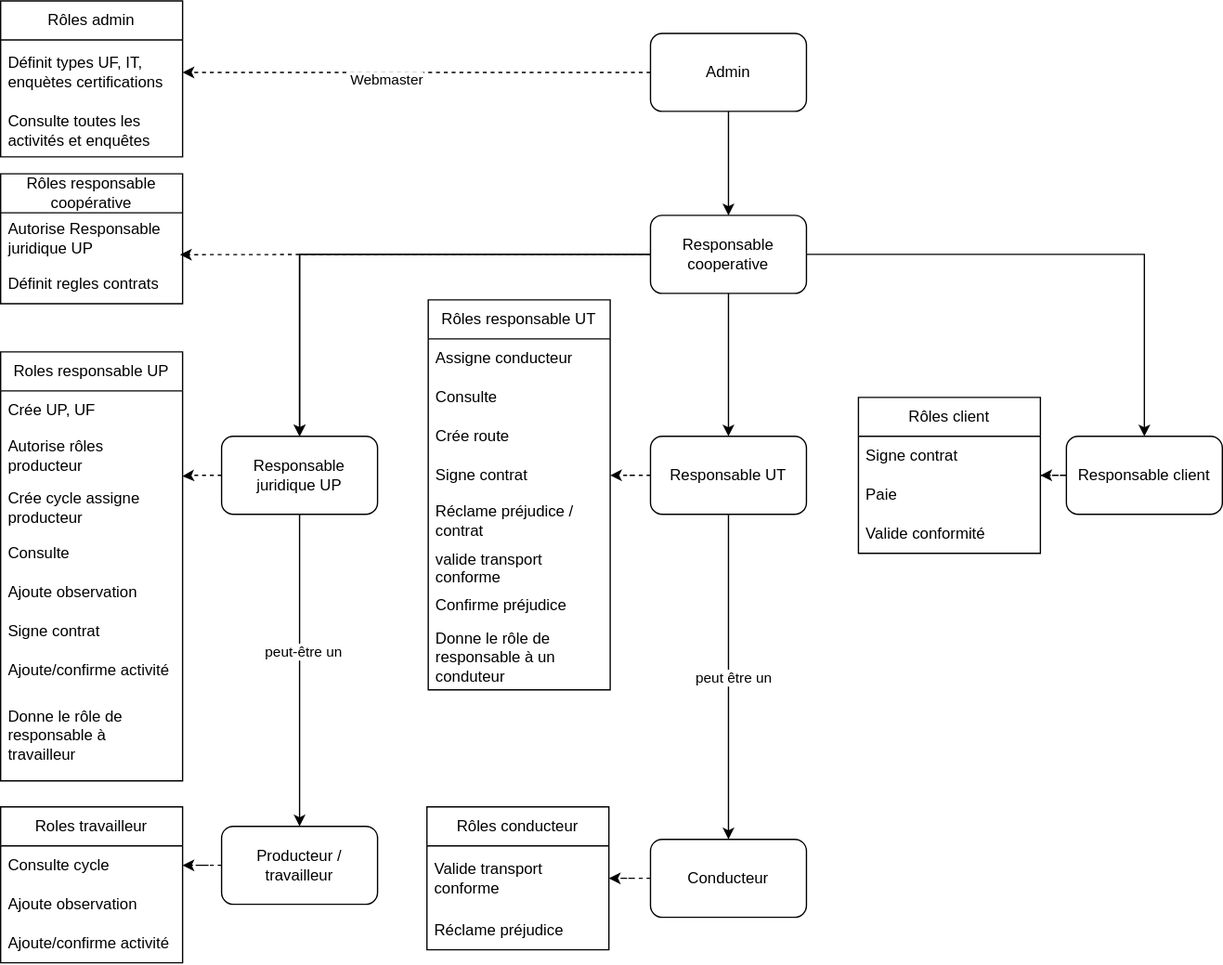
Before: Roles.drawio.svg, a diagram exported from draw.io (agroecomakers/Diagrammes-miCampo). Source tidied: cells renumbered, new cells last; positions are measured from the earlier drawing's top-left corner, leaving out a move shared by most shapes.
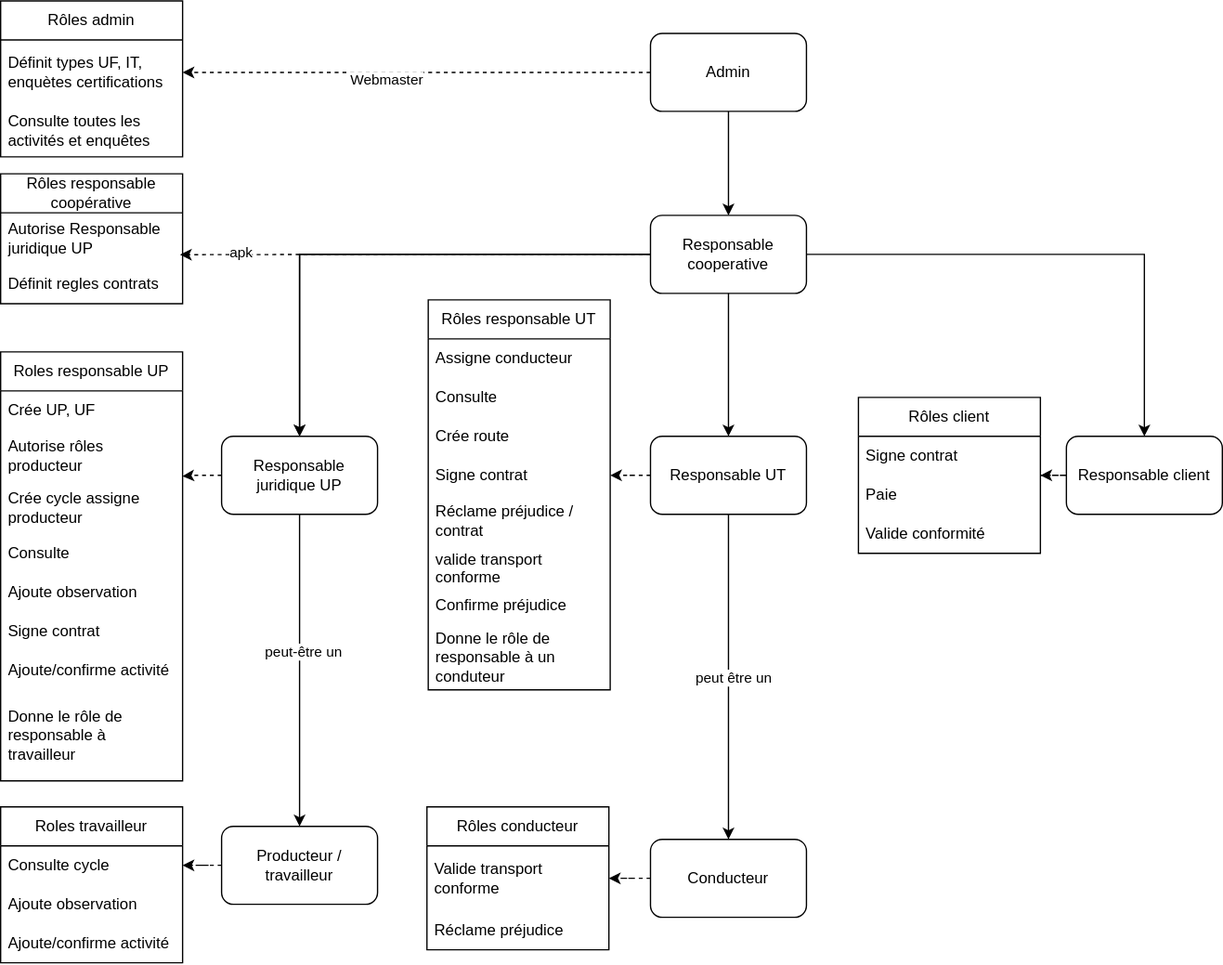
The same file after the commit.

What changed in the source:
```diff
@@ -19,6 +19,11 @@
     <mxCell id="6" style="edgeStyle=orthogonalEdgeStyle;rounded=0;jettySize=auto;html=1;dashed=1;entryX=0.986;entryY=0.806;entryDx=0;entryDy=0;entryPerimeter=0;" parent="1" edge="1" source="8" target="51">
       <mxGeometry relative="1" as="geometry" />
     </mxCell>
+    <mxCell id="61" value="apk" style="edgeLabel;html=1;align=center;verticalAlign=middle;" parent="6" vertex="1">
+      <mxGeometry x="0.74" y="-2" relative="1" as="geometry">
+        <mxPoint x="-1" as="offset" />
+      </mxGeometry>
+    </mxCell>
     <mxCell id="7" style="edgeStyle=orthogonalEdgeStyle;rounded=0;jettySize=auto;html=1;entryX=0.5;entryY=0;entryDx=0;entryDy=0;" parent="1" edge="1" source="8" target="13">
       <mxGeometry relative="1" as="geometry" />
     </mxCell>
```
